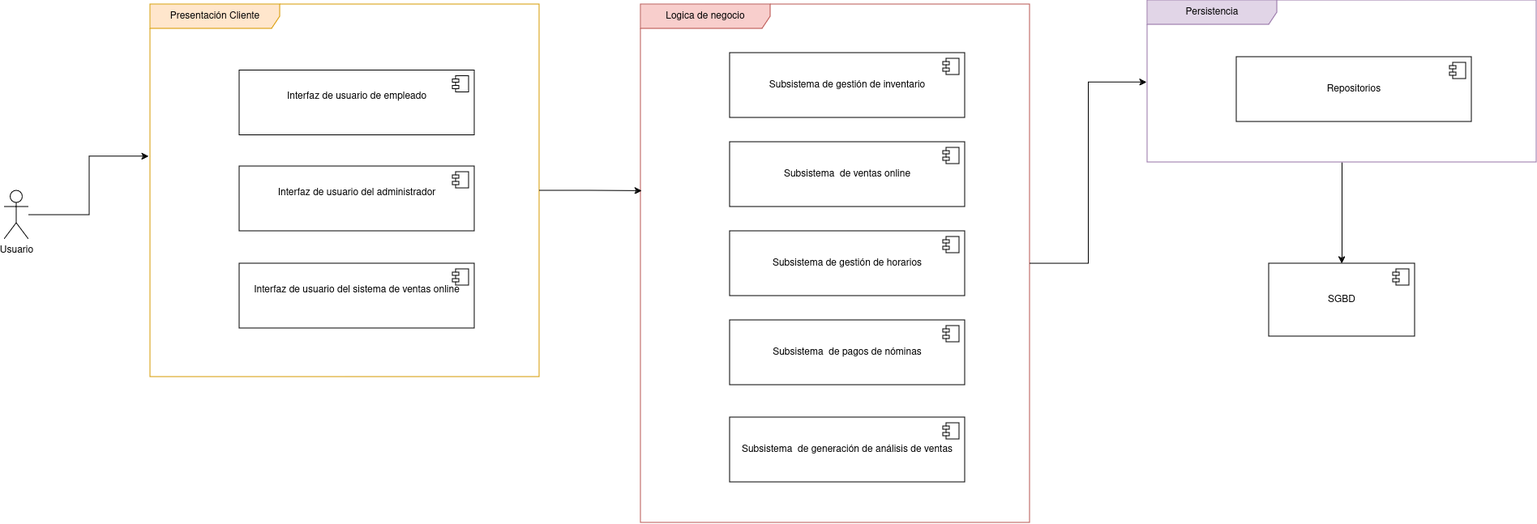
Above: assets/DiagramaDeArquitectura.drawio.png in gis-ir/IR2425-G1-17 (draw.io), before the change. Source tidied: cells renumbered, new cells last; positions are measured from the earlier drawing's top-left corner, leaving out a move shared by most shapes.
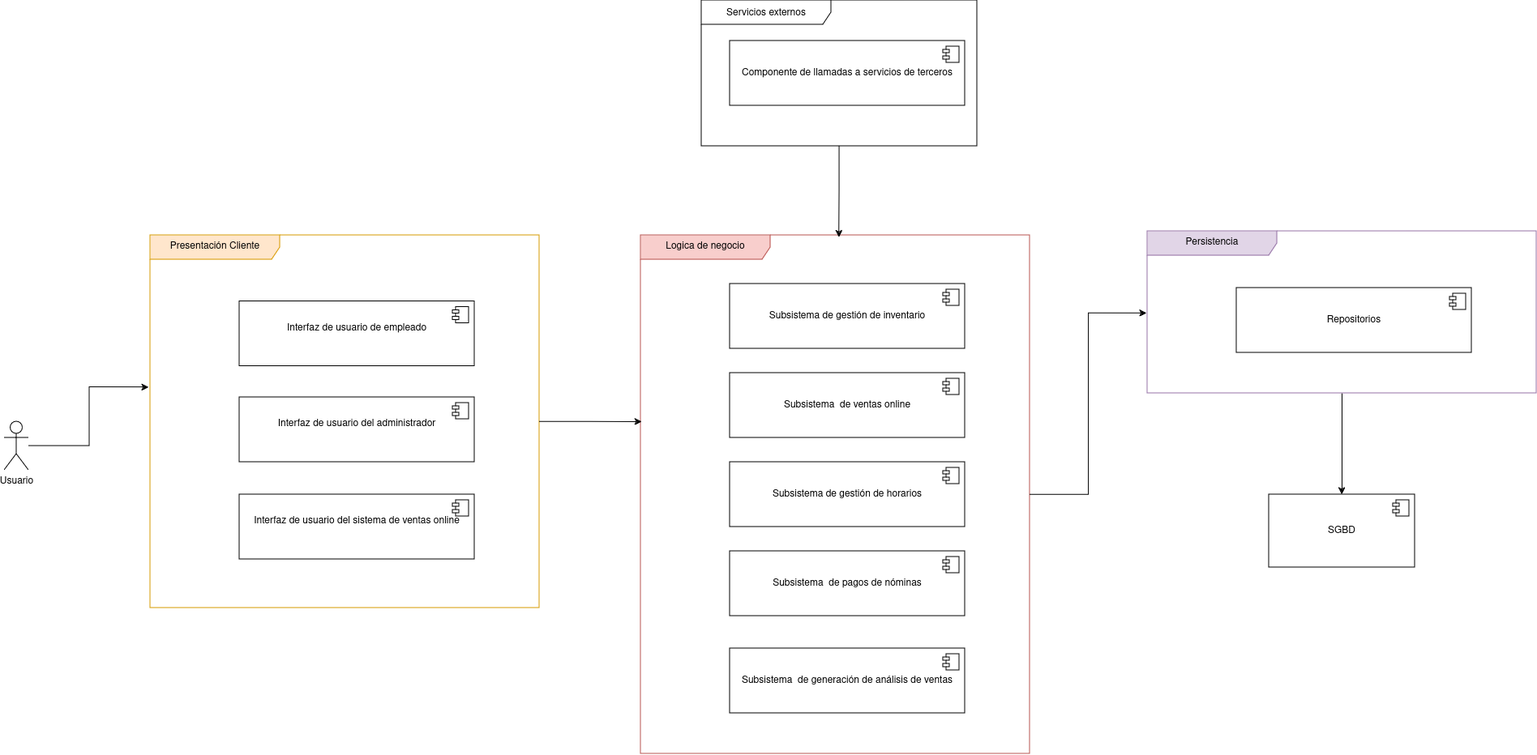
Above is the later version.

Change to the diagram source:
```diff
@@ -133,5 +133,19 @@
     <mxCell id="38" style="edgeStyle=orthogonalEdgeStyle;rounded=0;jettySize=auto;html=1;entryX=-0.002;entryY=0.506;entryDx=0;entryDy=0;entryPerimeter=0;" parent="1" edge="1" source="10" target="22">
       <mxGeometry relative="1" as="geometry" />
     </mxCell>
+    <mxCell id="39" value="Servicios externos" style="shape=umlFrame;whiteSpace=wrap;html=1;width=160;" parent="1" vertex="1">
+      <mxGeometry x="860" y="-285" width="340" height="180" as="geometry" />
+    </mxCell>
+    <mxCell id="40" value="Componente de llamadas a servicios de terceros" style="html=1;whiteSpace=wrap;" parent="39" vertex="1">
+      <mxGeometry x="35" y="50" width="290" height="80" as="geometry" />
+    </mxCell>
+    <mxCell id="41" style="shape=module;jettyWidth=8;jettyHeight=4;" parent="40" vertex="1">
+      <mxGeometry x="1" width="20" height="20" relative="1" as="geometry">
+        <mxPoint x="-27" y="7" as="offset" />
+      </mxGeometry>
+    </mxCell>
+    <mxCell id="42" style="edgeStyle=orthogonalEdgeStyle;rounded=0;jettySize=auto;html=1;entryX=0.51;entryY=0.004;entryDx=0;entryDy=0;entryPerimeter=0;" parent="1" edge="1" source="39" target="10">
+      <mxGeometry relative="1" as="geometry" />
+    </mxCell>
   </root>
 </mxGraphModel>
```
